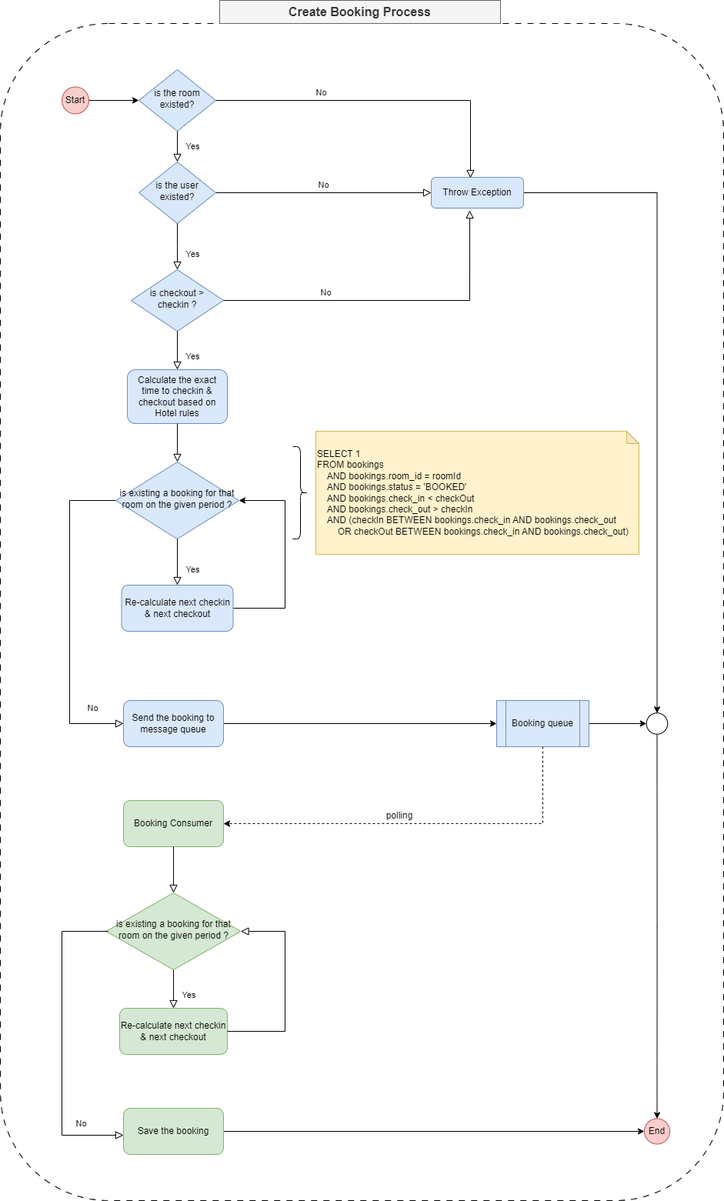
Before: create_booking_flow.png, a diagram exported from draw.io (vietdat0308/hotel-booking). Source tidied: cells renumbered, new cells last; positions are measured from the earlier drawing's top-left corner, leaving out a move shared by most shapes.
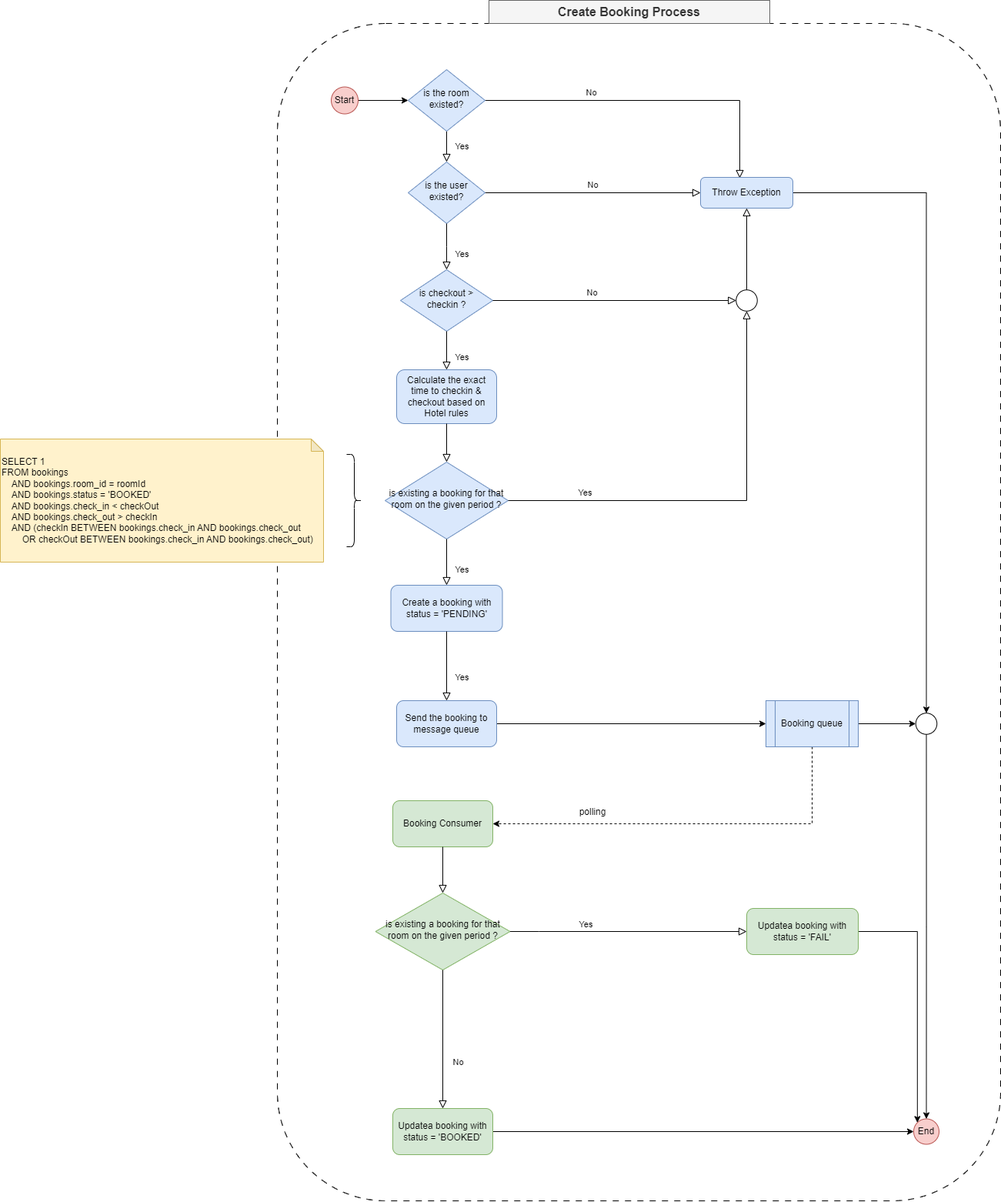
Later version of the same file.

What changed in the source:
```diff
@@ -3,7 +3,7 @@
     <mxCell id="0" />
     <mxCell id="1" parent="0" />
     <mxCell id="2" style="rounded=1;whiteSpace=wrap;html=1;dashed=1;dashPattern=8 8;" parent="1" vertex="1">
-      <mxGeometry y="30" width="940" height="1530" as="geometry" />
+      <mxGeometry x="10" y="30" width="940" height="1530" as="geometry" />
     </mxCell>
     <mxCell id="3" value="Yes" style="rounded=0;html=1;jettySize=auto;fontSize=11;endArrow=block;endFill=0;endSize=8;strokeWidth=1;shadow=0;labelBackgroundColor=none;edgeStyle=orthogonalEdgeStyle;" parent="1" edge="1" source="5" target="9">
       <mxGeometry y="20" relative="1" as="geometry" />
@@ -36,13 +36,13 @@
       <mxGeometry relative="1" as="geometry" />
     </mxCell>
     <mxCell id="13" value="Send the booking to message queue" style="rounded=1;whiteSpace=wrap;html=1;fontSize=12;glass=0;strokeWidth=1;shadow=0;fillColor=#dae8fc;strokeColor=#6c8ebf;" parent="1" vertex="1">
-      <mxGeometry x="160" y="910" width="130" height="60" as="geometry" />
+      <mxGeometry x="165" y="910" width="130" height="60" as="geometry" />
     </mxCell>
     <mxCell id="14" value="is checkout &amp;gt; checkin ?" style="rhombus;whiteSpace=wrap;html=1;shadow=0;fontFamily=Helvetica;fontSize=12;align=center;strokeWidth=1;spacing=6;spacingTop=-4;fillColor=#dae8fc;strokeColor=#6c8ebf;" parent="1" vertex="1">
       <mxGeometry x="170" y="350" width="120" height="80" as="geometry" />
     </mxCell>
-    <mxCell id="15" value="No" style="edgeStyle=orthogonalEdgeStyle;rounded=0;html=1;jettySize=auto;fontSize=11;endArrow=block;endFill=0;endSize=8;strokeWidth=1;shadow=0;labelBackgroundColor=none;exitX=1;exitY=0.5;exitDx=0;exitDy=0;entryX=0.417;entryY=1.075;entryDx=0;entryDy=0;entryPerimeter=0;" parent="1" edge="1" source="14" target="7">
-      <mxGeometry x="-0.39" y="10" relative="1" as="geometry" />
+    <mxCell id="15" value="No" style="edgeStyle=orthogonalEdgeStyle;rounded=0;html=1;jettySize=auto;fontSize=11;endArrow=block;endFill=0;endSize=8;strokeWidth=1;shadow=0;labelBackgroundColor=none;exitX=1;exitY=0.5;exitDx=0;exitDy=0;entryX=0;entryY=0.5;entryDx=0;entryDy=0;" parent="1" edge="1" source="14" target="45">
+      <mxGeometry x="-0.18" y="10" relative="1" as="geometry" />
     </mxCell>
     <mxCell id="16" value="Yes" style="rounded=0;html=1;jettySize=auto;fontSize=11;endArrow=block;endFill=0;endSize=8;strokeWidth=1;shadow=0;labelBackgroundColor=none;edgeStyle=orthogonalEdgeStyle;exitX=0.5;exitY=1;exitDx=0;exitDy=0;entryX=0.5;entryY=0;entryDx=0;entryDy=0;" parent="1" edge="1" source="14" target="26">
       <mxGeometry x="0.33" y="20" relative="1" as="geometry" />
@@ -70,13 +70,13 @@
       <mxGeometry x="837" y="1453.5" width="33" height="33" as="geometry" />
     </mxCell>
     <mxCell id="23" value="polling" style="text;html=1;align=center;verticalAlign=middle;whiteSpace=wrap;rounded=0;" parent="1" vertex="1">
-      <mxGeometry x="489" y="1045" width="60" height="30" as="geometry" />
+      <mxGeometry x="390" y="1040" width="60" height="30" as="geometry" />
     </mxCell>
     <mxCell id="24" value="is existing a booking for that room on the given period ?" style="rhombus;whiteSpace=wrap;html=1;shadow=0;fontFamily=Helvetica;fontSize=12;align=center;strokeWidth=1;spacing=6;spacingTop=-4;fillColor=#d5e8d4;strokeColor=#82b366;" parent="1" vertex="1">
       <mxGeometry x="137.5" y="1160" width="175" height="100" as="geometry" />
     </mxCell>
     <mxCell id="25" value="&lt;div&gt;SELECT 1&amp;nbsp;&lt;/div&gt;&lt;div&gt;FROM bookings&amp;nbsp;&lt;span style=&quot;&quot;&gt;&lt;/span&gt;&lt;/div&gt;&lt;div&gt;&lt;span style=&quot;&quot;&gt;&lt;span style=&quot;&quot;&gt;&lt;span style=&quot;white-space: pre;&quot;&gt;&amp;nbsp;&amp;nbsp;&amp;nbsp;&amp;nbsp;&lt;/span&gt;&lt;/span&gt;AND bookings.room_id = roomId&lt;/span&gt;&lt;/div&gt;&lt;div&gt;&lt;span style=&quot;&quot;&gt;&lt;span style=&quot;&quot;&gt;&lt;span style=&quot;white-space: pre;&quot;&gt;&amp;nbsp;&amp;nbsp;&amp;nbsp;&amp;nbsp;&lt;/span&gt;&lt;/span&gt;AND bookings.status = 'BOOKED'&lt;/span&gt;&lt;/div&gt;&lt;div&gt;&lt;span style=&quot;&quot;&gt;&lt;span style=&quot;&quot;&gt;&lt;span style=&quot;white-space: pre;&quot;&gt;&amp;nbsp;&amp;nbsp;&amp;nbsp;&amp;nbsp;&lt;/span&gt;&lt;/span&gt;AND bookings.check_in &amp;lt; checkOut&lt;/span&gt;&lt;/div&gt;&lt;div&gt;&lt;span style=&quot;&quot;&gt;&lt;span style=&quot;&quot;&gt;&lt;span style=&quot;white-space: pre;&quot;&gt;&amp;nbsp;&amp;nbsp;&amp;nbsp;&amp;nbsp;&lt;/span&gt;&lt;/span&gt;AND bookings.check_out &amp;gt; checkIn&lt;/span&gt;&lt;/div&gt;&lt;div&gt;&lt;span style=&quot;&quot;&gt;&lt;span style=&quot;&quot;&gt;&lt;span style=&quot;white-space: pre;&quot;&gt;&amp;nbsp;&amp;nbsp;&amp;nbsp;&amp;nbsp;&lt;/span&gt;&lt;/span&gt;AND (checkIn BETWEEN bookings.check_in AND bookings.check_out&amp;nbsp;&lt;/span&gt;&lt;/div&gt;&lt;div&gt;&lt;span style=&quot;&quot;&gt;&lt;span style=&quot;white-space: pre;&quot;&gt;&#9;&lt;/span&gt;OR checkOut BETWEEN bookings.check_in AND bookings.check_out)&lt;/span&gt;&lt;/div&gt;" style="shape=note;whiteSpace=wrap;html=1;backgroundOutline=1;darkOpacity=0.05;size=16;fillColor=#fff2cc;strokeColor=#d6b656;align=left;" parent="1" vertex="1">
-      <mxGeometry x="410" y="560" width="420" height="160" as="geometry" />
+      <mxGeometry x="-350" y="570" width="420" height="160" as="geometry" />
     </mxCell>
     <mxCell id="26" value="Calculate the exact time to checkin &amp;amp; checkout based on Hotel rules" style="rounded=1;whiteSpace=wrap;html=1;fontSize=12;glass=0;strokeWidth=1;shadow=0;fillColor=#dae8fc;strokeColor=#6c8ebf;" parent="1" vertex="1">
       <mxGeometry x="165" y="480" width="130" height="70" as="geometry" />
@@ -84,15 +84,7 @@
     <mxCell id="27" value="is existing a booking for that room on the given period ?" style="rhombus;whiteSpace=wrap;html=1;shadow=0;fontFamily=Helvetica;fontSize=12;align=center;strokeWidth=1;spacing=6;spacingTop=-4;fillColor=#dae8fc;strokeColor=#6c8ebf;" parent="1" vertex="1">
       <mxGeometry x="150" y="600" width="160" height="100" as="geometry" />
     </mxCell>
-    <mxCell id="28" style="edgeStyle=orthogonalEdgeStyle;rounded=0;jettySize=auto;html=1;entryX=1;entryY=0.5;entryDx=0;entryDy=0;exitX=1;exitY=0.5;exitDx=0;exitDy=0;" parent="1" edge="1" source="29" target="27">
-      <mxGeometry relative="1" as="geometry">
-        <Array as="points">
-          <mxPoint x="370" y="790" />
-          <mxPoint x="370" y="650" />
-        </Array>
-      </mxGeometry>
-    </mxCell>
-    <mxCell id="29" value="Re-calculate next checkin &amp;amp; next&amp;nbsp;checkout" style="rounded=1;whiteSpace=wrap;html=1;fontSize=12;glass=0;strokeWidth=1;shadow=0;fillColor=#dae8fc;strokeColor=#6c8ebf;" parent="1" vertex="1">
+    <mxCell id="29" value="Create a booking with&lt;br&gt;status = 'PENDING'" style="rounded=1;whiteSpace=wrap;html=1;fontSize=12;glass=0;strokeWidth=1;shadow=0;fillColor=#dae8fc;strokeColor=#6c8ebf;" parent="1" vertex="1">
       <mxGeometry x="157.5" y="760" width="145" height="60" as="geometry" />
     </mxCell>
     <mxCell id="30" value="Yes" style="rounded=0;html=1;jettySize=auto;fontSize=11;endArrow=block;endFill=0;endSize=8;strokeWidth=1;shadow=0;labelBackgroundColor=none;edgeStyle=orthogonalEdgeStyle;exitX=0.5;exitY=1;exitDx=0;exitDy=0;" parent="1" edge="1" source="27" target="29">
@@ -101,49 +93,34 @@
     <mxCell id="31" style="rounded=0;html=1;jettySize=auto;fontSize=11;endArrow=block;endFill=0;endSize=8;strokeWidth=1;shadow=0;labelBackgroundColor=none;edgeStyle=orthogonalEdgeStyle;exitX=0.5;exitY=1;exitDx=0;exitDy=0;entryX=0.5;entryY=0;entryDx=0;entryDy=0;" parent="1" edge="1" source="26" target="27">
       <mxGeometry y="20" relative="1" as="geometry" />
     </mxCell>
-    <mxCell id="32" value="No" style="edgeStyle=orthogonalEdgeStyle;rounded=0;html=1;jettySize=auto;fontSize=11;endArrow=block;endFill=0;endSize=8;strokeWidth=1;shadow=0;labelBackgroundColor=none;exitX=0;exitY=0.5;exitDx=0;exitDy=0;entryX=0;entryY=0.5;entryDx=0;entryDy=0;" parent="1" edge="1" source="27" target="13">
-      <mxGeometry x="0.81" y="20" relative="1" as="geometry">
-        <Array as="points">
-          <mxPoint x="90" y="650" />
-          <mxPoint x="90" y="940" />
-        </Array>
-      </mxGeometry>
-    </mxCell>
     <mxCell id="33" style="shape=curlyBracket;whiteSpace=wrap;html=1;rounded=1;flipH=1;labelPosition=right;verticalLabelPosition=middle;align=left;verticalAlign=middle;" parent="1" vertex="1">
-      <mxGeometry x="380" y="580" width="20" height="120" as="geometry" />
+      <mxGeometry x="100" y="590" width="20" height="120" as="geometry" />
     </mxCell>
     <mxCell id="34" style="rounded=0;html=1;jettySize=auto;fontSize=11;endArrow=block;endFill=0;endSize=8;strokeWidth=1;shadow=0;labelBackgroundColor=none;edgeStyle=orthogonalEdgeStyle;entryX=0.5;entryY=0;entryDx=0;entryDy=0;" parent="1" edge="1" source="21" target="24">
       <mxGeometry y="20" relative="1" as="geometry" />
     </mxCell>
-    <mxCell id="35" value="Re-calculate next checkin &amp;amp; next&amp;nbsp;checkout" style="rounded=1;whiteSpace=wrap;html=1;fontSize=12;glass=0;strokeWidth=1;shadow=0;fillColor=#d5e8d4;strokeColor=#82b366;" parent="1" vertex="1">
-      <mxGeometry x="155" y="1310" width="140" height="60" as="geometry" />
-    </mxCell>
-    <mxCell id="36" style="rounded=0;html=1;jettySize=auto;fontSize=11;endArrow=block;endFill=0;endSize=8;strokeWidth=1;shadow=0;labelBackgroundColor=none;edgeStyle=orthogonalEdgeStyle;entryX=1;entryY=0.5;entryDx=0;entryDy=0;exitX=1;exitY=0.5;exitDx=0;exitDy=0;" parent="1" edge="1" source="35" target="24">
+    <mxCell id="36" style="rounded=0;html=1;jettySize=auto;fontSize=11;endArrow=block;endFill=0;endSize=8;strokeWidth=1;shadow=0;labelBackgroundColor=none;edgeStyle=orthogonalEdgeStyle;entryX=0;entryY=0.5;entryDx=0;entryDy=0;exitX=1;exitY=0.5;exitDx=0;exitDy=0;" parent="1" edge="1" source="24" target="50">
       <mxGeometry y="20" relative="1" as="geometry">
         <Array as="points">
-          <mxPoint x="370" y="1340" />
-          <mxPoint x="370" y="1210" />
+          <mxPoint x="350" y="1210" />
+          <mxPoint x="350" y="1210" />
         </Array>
       </mxGeometry>
     </mxCell>
+    <mxCell id="44" value="Yes" style="edgeLabel;html=1;align=center;verticalAlign=middle;" parent="36" vertex="1">
+      <mxGeometry x="-0.09" y="3" relative="1" as="geometry">
+        <mxPoint x="-42" y="-7" as="offset" />
+      </mxGeometry>
+    </mxCell>
-    <mxCell id="37" value="Yes" style="rounded=0;html=1;jettySize=auto;fontSize=11;endArrow=block;endFill=0;endSize=8;strokeWidth=1;shadow=0;labelBackgroundColor=none;edgeStyle=orthogonalEdgeStyle;exitX=0.5;exitY=1;exitDx=0;exitDy=0;entryX=0.5;entryY=0;entryDx=0;entryDy=0;" parent="1" edge="1" source="24" target="35">
+    <mxCell id="37" value="No" style="rounded=0;html=1;jettySize=auto;fontSize=11;endArrow=block;endFill=0;endSize=8;strokeWidth=1;shadow=0;labelBackgroundColor=none;edgeStyle=orthogonalEdgeStyle;exitX=0.5;exitY=1;exitDx=0;exitDy=0;entryX=0.5;entryY=0;entryDx=0;entryDy=0;" parent="1" edge="1" source="24" target="39">
       <mxGeometry x="0.33" y="20" relative="1" as="geometry" />
     </mxCell>
     <mxCell id="38" style="edgeStyle=orthogonalEdgeStyle;rounded=0;jettySize=auto;html=1;entryX=0;entryY=0.5;entryDx=0;entryDy=0;" parent="1" edge="1" source="39" target="22">
       <mxGeometry relative="1" as="geometry" />
     </mxCell>
-    <mxCell id="39" value="Save the booking" style="rounded=1;whiteSpace=wrap;html=1;fontSize=12;glass=0;strokeWidth=1;shadow=0;fillColor=#d5e8d4;strokeColor=#82b366;" parent="1" vertex="1">
+    <mxCell id="39" value="Updatea booking with&lt;br style=&quot;border-color: var(--border-color);&quot;&gt;status = 'BOOKED'" style="rounded=1;whiteSpace=wrap;html=1;fontSize=12;glass=0;strokeWidth=1;shadow=0;fillColor=#d5e8d4;strokeColor=#82b366;" parent="1" vertex="1">
       <mxGeometry x="160" y="1440" width="130" height="60" as="geometry" />
     </mxCell>
-    <mxCell id="40" value="No" style="edgeStyle=orthogonalEdgeStyle;rounded=0;html=1;jettySize=auto;fontSize=11;endArrow=block;endFill=0;endSize=8;strokeWidth=1;shadow=0;labelBackgroundColor=none;exitX=0;exitY=0.5;exitDx=0;exitDy=0;entryX=0;entryY=0.583;entryDx=0;entryDy=0;entryPerimeter=0;" parent="1" edge="1" target="39">
-      <mxGeometry x="0.73" y="15" relative="1" as="geometry">
-        <mxPoint x="140" y="1210" as="sourcePoint" />
-        <Array as="points">
-          <mxPoint x="80" y="1210" />
-          <mxPoint x="80" y="1475" />
-        </Array>
-      </mxGeometry>
-    </mxCell>
     <mxCell id="41" value="Yes" style="rounded=0;html=1;jettySize=auto;fontSize=11;endArrow=block;endFill=0;endSize=8;strokeWidth=1;shadow=0;labelBackgroundColor=none;edgeStyle=orthogonalEdgeStyle;exitX=0.5;exitY=1;exitDx=0;exitDy=0;" parent="1" edge="1" source="9">
       <mxGeometry x="0.33" y="20" relative="1" as="geometry">
         <mxPoint x="230" y="350" as="targetPoint" />
@@ -155,5 +132,23 @@
     <mxCell id="43" style="ellipse;whiteSpace=wrap;html=1;" parent="1" vertex="1">
       <mxGeometry x="839.8" y="926.2" width="27.5" height="27.5" as="geometry" />
     </mxCell>
+    <mxCell id="45" style="ellipse;whiteSpace=wrap;html=1;" parent="1" vertex="1">
+      <mxGeometry x="606.2" y="376.2" width="27.5" height="27.5" as="geometry" />
+    </mxCell>
+    <mxCell id="46" value="Yes" style="edgeStyle=orthogonalEdgeStyle;rounded=0;html=1;jettySize=auto;fontSize=11;endArrow=block;endFill=0;endSize=8;strokeWidth=1;shadow=0;labelBackgroundColor=none;exitX=1;exitY=0.5;exitDx=0;exitDy=0;entryX=0.5;entryY=1;entryDx=0;entryDy=0;" parent="1" edge="1" source="27" target="45">
+      <mxGeometry x="-0.64" y="10" relative="1" as="geometry" />
+    </mxCell>
+    <mxCell id="47" style="edgeStyle=orthogonalEdgeStyle;rounded=0;html=1;jettySize=auto;fontSize=11;endArrow=block;endFill=0;endSize=8;strokeWidth=1;shadow=0;labelBackgroundColor=none;entryX=0.5;entryY=1;entryDx=0;entryDy=0;exitX=0.5;exitY=0;exitDx=0;exitDy=0;" parent="1" edge="1" source="45" target="7">
+      <mxGeometry x="-0.4" y="10" relative="1" as="geometry" />
+    </mxCell>
+    <mxCell id="48" value="Yes" style="rounded=0;html=1;jettySize=auto;fontSize=11;endArrow=block;endFill=0;endSize=8;strokeWidth=1;shadow=0;labelBackgroundColor=none;edgeStyle=orthogonalEdgeStyle;exitX=0.5;exitY=1;exitDx=0;exitDy=0;" parent="1" edge="1" source="29" target="13">
+      <mxGeometry x="0.33" y="20" relative="1" as="geometry" />
+    </mxCell>
+    <mxCell id="49" style="edgeStyle=orthogonalEdgeStyle;rounded=0;jettySize=auto;html=1;entryX=0;entryY=0;entryDx=0;entryDy=0;" parent="1" edge="1" source="50" target="22">
+      <mxGeometry relative="1" as="geometry" />
+    </mxCell>
+    <mxCell id="50" value="Updatea booking with&lt;br&gt;status = 'FAIL'" style="rounded=1;whiteSpace=wrap;html=1;fontSize=12;glass=0;strokeWidth=1;shadow=0;fillColor=#d5e8d4;strokeColor=#82b366;" parent="1" vertex="1">
+      <mxGeometry x="620" y="1180" width="145" height="60" as="geometry" />
+    </mxCell>
   </root>
 </mxGraphModel>
```
